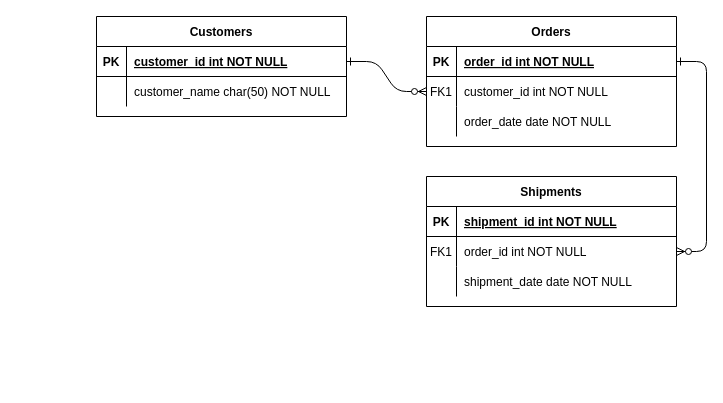
Above: Untitled Diagram.drawio in MaxGaranin/Diagrams (draw.io), before the change. Source tidied: cells renumbered, new cells numbered last; positions are measured from the earlier drawing's top-left corner, leaving out a move shared by most shapes. Both pictures are drawn from the tidied source at 100%, with x=0, y=0 at pixel (96, 16).
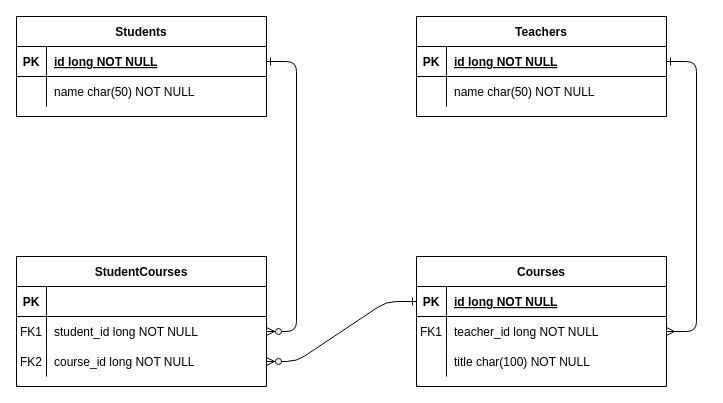
After the change.

Commit message:
Update DanceSchool Diagram

Unchanged cells that the change refers to:
```xml
<mxCell id="5" style="shape=partialRectangle;fillColor=none;points=[[0,0.5],[1,0.5]];portConstraint=eastwest;top=0;left=0;right=0;bottom=1;" parent="4" vertex="1">
  <mxGeometry y="30" width="250" height="30" as="geometry" />
</mxCell>
<mxCell id="8" style="shape=partialRectangle;fillColor=none;points=[[0,0.5],[1,0.5]];portConstraint=eastwest;top=0;left=0;right=0;bottom=0;" parent="4" vertex="1">
  <mxGeometry y="60" width="250" height="30" as="geometry" />
</mxCell>
<mxCell id="11" style="shape=partialRectangle;fillColor=none;points=[[0,0.5],[1,0.5]];portConstraint=eastwest;top=0;left=0;right=0;bottom=0;" parent="4" vertex="1">
  <mxGeometry y="90" width="250" height="30" as="geometry" />
</mxCell>
<mxCell id="25" style="shape=partialRectangle;fillColor=none;points=[[0,0.5],[1,0.5]];portConstraint=eastwest;top=0;left=0;right=0;bottom=1;" parent="24" vertex="1">
  <mxGeometry y="30" width="250" height="30" as="geometry" />
</mxCell>
<mxCell id="28" style="shape=partialRectangle;fillColor=none;top=0;left=0;right=0;bottom=0;" parent="24" vertex="1">
  <mxGeometry y="60" width="250" height="30" as="geometry" />
</mxCell>
```

Change to the diagram source:
```diff
@@
-    <mxCell id="3" style="edgeStyle=entityRelationEdgeStyle;endArrow=ERzeroToMany;startArrow=ERone;endFill=1;startFill=0;" parent="1" edge="1" source="5" target="18">
+    <mxCell id="3" style="edgeStyle=entityRelationEdgeStyle;endArrow=ERzeroToMany;startArrow=ERone;endFill=1;startFill=0;exitX=0;exitY=0.5;exitDx=0;exitDy=0;entryX=1;entryY=0.5;entryDx=0;entryDy=0;" parent="1" edge="1" source="39" target="11">
       <mxGeometry relative="1" as="geometry" />
     </mxCell>
-    <mxCell id="4" value="Orders" style="shape=table;startSize=30;childLayout=tableLayout;rowLines=0;fontStyle=1;align=center;" parent="1" vertex="1">
-      <mxGeometry x="330" width="250" height="130" as="geometry" />
+    <mxCell id="4" value="StudentCourses" style="shape=table;startSize=30;childLayout=tableLayout;rowLines=0;fontStyle=1;align=center;" parent="1" vertex="1">
+      <mxGeometry x="-80" y="240" width="250" height="130" as="geometry" />
     </mxCell>
@@
-    <mxCell id="7" value="order_id int NOT NULL " style="shape=partialRectangle;overflow=hidden;fillColor=none;top=0;left=0;bottom=0;right=0;align=left;spacingLeft=6;fontStyle=5;" parent="5" vertex="1">
+    <mxCell id="7" style="shape=partialRectangle;overflow=hidden;fillColor=none;top=0;left=0;bottom=0;right=0;align=left;spacingLeft=6;fontStyle=5;" parent="5" vertex="1">
       <mxGeometry x="30" width="220" height="30" as="geometry" />
     </mxCell>
@@
-    <mxCell id="10" value="customer_id int NOT NULL" style="shape=partialRectangle;overflow=hidden;fillColor=none;top=0;left=0;bottom=0;right=0;align=left;spacingLeft=6;" parent="8" vertex="1">
+    <mxCell id="10" value="student_id long NOT NULL" style="shape=partialRectangle;overflow=hidden;fillColor=none;top=0;left=0;bottom=0;right=0;align=left;spacingLeft=6;" parent="8" vertex="1">
       <mxGeometry x="30" width="220" height="30" as="geometry" />
     </mxCell>
@@
-    <mxCell id="12" style="shape=partialRectangle;overflow=hidden;fillColor=none;top=0;left=0;bottom=0;right=0;" parent="11" vertex="1">
+    <mxCell id="12" value="FK2" style="shape=partialRectangle;overflow=hidden;fillColor=none;top=0;left=0;bottom=0;right=0;" parent="11" vertex="1">
       <mxGeometry width="30" height="30" as="geometry" />
     </mxCell>
-    <mxCell id="13" value="order_date date NOT NULL" style="shape=partialRectangle;overflow=hidden;fillColor=none;top=0;left=0;bottom=0;right=0;align=left;spacingLeft=6;" parent="11" vertex="1">
+    <mxCell id="13" value="course_id long NOT NULL" style="shape=partialRectangle;overflow=hidden;fillColor=none;top=0;left=0;bottom=0;right=0;align=left;spacingLeft=6;" parent="11" vertex="1">
       <mxGeometry x="30" width="220" height="30" as="geometry" />
     </mxCell>
-    <mxCell id="14" value="Shipments" style="shape=table;startSize=30;childLayout=tableLayout;rowLines=0;fontStyle=1;align=center;" parent="1" vertex="1">
-      <mxGeometry x="330" y="160" width="250" height="130" as="geometry" />
-    </mxCell>
-    <mxCell id="15" style="shape=partialRectangle;fillColor=none;top=0;left=0;right=0;bottom=1;" parent="14" vertex="1">
-      <mxGeometry y="30" width="250" height="30" as="geometry" />
-    </mxCell>
-    <mxCell id="16" value="PK" style="shape=partialRectangle;overflow=hidden;fillColor=none;top=0;left=0;bottom=0;right=0;fontStyle=1;" parent="15" vertex="1">
-      <mxGeometry width="30" height="30" as="geometry" />
-    </mxCell>
-    <mxCell id="17" value="shipment_id int NOT NULL " style="shape=partialRectangle;overflow=hidden;fillColor=none;top=0;left=0;bottom=0;right=0;align=left;spacingLeft=6;fontStyle=5;" parent="15" vertex="1">
-      <mxGeometry x="30" width="220" height="30" as="geometry" />
-    </mxCell>
-    <mxCell id="18" style="shape=partialRectangle;fillColor=none;points=[[0,0.5],[1,0.5]];portConstraint=eastwest;top=0;left=0;right=0;bottom=0;" parent="14" vertex="1">
-      <mxGeometry y="60" width="250" height="30" as="geometry" />
-    </mxCell>
-    <mxCell id="19" value="FK1" style="shape=partialRectangle;overflow=hidden;fillColor=none;top=0;left=0;bottom=0;right=0;" parent="18" vertex="1">
-      <mxGeometry width="30" height="30" as="geometry" />
-    </mxCell>
-    <mxCell id="20" value="order_id int NOT NULL" style="shape=partialRectangle;overflow=hidden;fillColor=none;top=0;left=0;bottom=0;right=0;align=left;spacingLeft=6;" parent="18" vertex="1">
-      <mxGeometry x="30" width="220" height="30" as="geometry" />
-    </mxCell>
-    <mxCell id="21" style="shape=partialRectangle;fillColor=none;top=0;left=0;right=0;bottom=0;" parent="14" vertex="1">
-      <mxGeometry y="90" width="250" height="30" as="geometry" />
-    </mxCell>
-    <mxCell id="22" style="shape=partialRectangle;overflow=hidden;fillColor=none;top=0;left=0;bottom=0;right=0;" parent="21" vertex="1">
-      <mxGeometry width="30" height="30" as="geometry" />
-    </mxCell>
-    <mxCell id="23" value="shipment_date date NOT NULL" style="shape=partialRectangle;overflow=hidden;fillColor=none;top=0;left=0;bottom=0;right=0;align=left;spacingLeft=6;" parent="21" vertex="1">
-      <mxGeometry x="30" width="220" height="30" as="geometry" />
-    </mxCell>
-    <mxCell id="24" value="Customers" style="shape=table;startSize=30;childLayout=tableLayout;rowLines=0;fontStyle=1;align=center;" parent="1" vertex="1">
-      <mxGeometry width="250" height="100" as="geometry" />
+    <mxCell id="24" value="Students" style="shape=table;startSize=30;childLayout=tableLayout;rowLines=0;fontStyle=1;align=center;" parent="1" vertex="1">
+      <mxGeometry x="-80" width="250" height="100" as="geometry" />
     </mxCell>
@@
-    <mxCell id="27" value="customer_id int NOT NULL " style="shape=partialRectangle;overflow=hidden;fillColor=none;top=0;left=0;bottom=0;right=0;align=left;spacingLeft=6;fontStyle=5;" parent="25" vertex="1">
+    <mxCell id="27" value="id long NOT NULL " style="shape=partialRectangle;overflow=hidden;fillColor=none;top=0;left=0;bottom=0;right=0;align=left;spacingLeft=6;fontStyle=5;" parent="25" vertex="1">
       <mxGeometry x="30" width="220" height="30" as="geometry" />
     </mxCell>
@@
-    <mxCell id="30" value="customer_name char(50) NOT NULL" style="shape=partialRectangle;overflow=hidden;fillColor=none;top=0;left=0;bottom=0;right=0;align=left;spacingLeft=6;" parent="28" vertex="1">
+    <mxCell id="30" value="name char(50) NOT NULL" style="shape=partialRectangle;overflow=hidden;fillColor=none;top=0;left=0;bottom=0;right=0;align=left;spacingLeft=6;" parent="28" vertex="1">
       <mxGeometry x="30" width="220" height="30" as="geometry" />
     </mxCell>
+    <mxCell id="31" value="Teachers" style="shape=table;startSize=30;childLayout=tableLayout;rowLines=0;fontStyle=1;align=center;" parent="1" vertex="1">
+      <mxGeometry x="320" width="250" height="100" as="geometry" />
+    </mxCell>
+    <mxCell id="32" style="shape=partialRectangle;fillColor=none;points=[[0,0.5],[1,0.5]];portConstraint=eastwest;top=0;left=0;right=0;bottom=1;" parent="31" vertex="1">
+      <mxGeometry y="30" width="250" height="30" as="geometry" />
+    </mxCell>
+    <mxCell id="33" value="PK" style="shape=partialRectangle;overflow=hidden;fillColor=none;top=0;left=0;bottom=0;right=0;fontStyle=1;" parent="32" vertex="1">
+      <mxGeometry width="30" height="30" as="geometry" />
+    </mxCell>
+    <mxCell id="34" value="id long NOT NULL " style="shape=partialRectangle;overflow=hidden;fillColor=none;top=0;left=0;bottom=0;right=0;align=left;spacingLeft=6;fontStyle=5;" parent="32" vertex="1">
+      <mxGeometry x="30" width="220" height="30" as="geometry" />
+    </mxCell>
+    <mxCell id="35" style="shape=partialRectangle;fillColor=none;top=0;left=0;right=0;bottom=0;" parent="31" vertex="1">
+      <mxGeometry y="60" width="250" height="30" as="geometry" />
+    </mxCell>
+    <mxCell id="36" style="shape=partialRectangle;overflow=hidden;fillColor=none;top=0;left=0;bottom=0;right=0;" parent="35" vertex="1">
+      <mxGeometry width="30" height="30" as="geometry" />
+    </mxCell>
+    <mxCell id="37" value="name char(50) NOT NULL" style="shape=partialRectangle;overflow=hidden;fillColor=none;top=0;left=0;bottom=0;right=0;align=left;spacingLeft=6;" parent="35" vertex="1">
+      <mxGeometry x="30" width="220" height="30" as="geometry" />
+    </mxCell>
+    <mxCell id="38" value="Courses" style="shape=table;startSize=30;childLayout=tableLayout;rowLines=0;fontStyle=1;align=center;" parent="1" vertex="1">
+      <mxGeometry x="320" y="240" width="250" height="130" as="geometry" />
+    </mxCell>
+    <mxCell id="39" style="shape=partialRectangle;fillColor=none;points=[[0,0.5],[1,0.5]];portConstraint=eastwest;top=0;left=0;right=0;bottom=1;" parent="38" vertex="1">
+      <mxGeometry y="30" width="250" height="30" as="geometry" />
+    </mxCell>
+    <mxCell id="40" value="PK" style="shape=partialRectangle;overflow=hidden;fillColor=none;top=0;left=0;bottom=0;right=0;fontStyle=1;" parent="39" vertex="1">
+      <mxGeometry width="30" height="30" as="geometry" />
+    </mxCell>
+    <mxCell id="41" value="id long NOT NULL " style="shape=partialRectangle;overflow=hidden;fillColor=none;top=0;left=0;bottom=0;right=0;align=left;spacingLeft=6;fontStyle=5;" parent="39" vertex="1">
+      <mxGeometry x="30" width="220" height="30" as="geometry" />
+    </mxCell>
+    <mxCell id="42" style="shape=partialRectangle;fillColor=none;points=[[0,0.5],[1,0.5]];portConstraint=eastwest;top=0;left=0;right=0;bottom=0;" parent="38" vertex="1">
+      <mxGeometry y="60" width="250" height="30" as="geometry" />
+    </mxCell>
+    <mxCell id="19" value="FK1" style="shape=partialRectangle;overflow=hidden;fillColor=none;top=0;left=0;bottom=0;right=0;" parent="42" vertex="1">
+      <mxGeometry width="30" height="30" as="geometry" />
+    </mxCell>
+    <mxCell id="43" value="teacher_id long NOT NULL" style="shape=partialRectangle;overflow=hidden;fillColor=none;top=0;left=0;bottom=0;right=0;align=left;spacingLeft=6;" parent="42" vertex="1">
+      <mxGeometry x="30" width="220" height="30" as="geometry" />
+    </mxCell>
+    <mxCell id="21" style="shape=partialRectangle;fillColor=none;top=0;left=0;right=0;bottom=0;" parent="38" vertex="1">
+      <mxGeometry y="90" width="250" height="30" as="geometry" />
+    </mxCell>
+    <mxCell id="44" style="shape=partialRectangle;overflow=hidden;fillColor=none;top=0;left=0;bottom=0;right=0;" parent="21" vertex="1">
+      <mxGeometry width="30" height="30" as="geometry" />
+    </mxCell>
+    <mxCell id="45" value="title char(100) NOT NULL" style="shape=partialRectangle;overflow=hidden;fillColor=none;top=0;left=0;bottom=0;right=0;align=left;spacingLeft=6;" parent="21" vertex="1">
+      <mxGeometry x="30" width="220" height="30" as="geometry" />
+    </mxCell>
+    <mxCell id="46" style="edgeStyle=entityRelationEdgeStyle;fontSize=12;html=1;endArrow=ERmany;exitX=1;exitY=0.5;exitDx=0;exitDy=0;noJump=0;entryX=1;entryY=0.5;entryDx=0;entryDy=0;rounded=1;startArrow=ERone;startFill=0;" parent="1" edge="1" source="32" target="42">
+      <mxGeometry relative="1" as="geometry" />
+    </mxCell>
```
